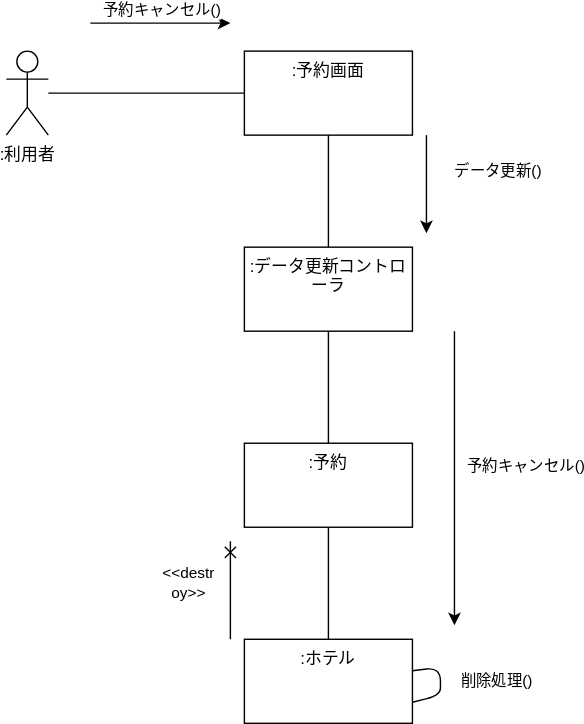
This is 演習５-2_CD_予約登録削除.drawio.svg from nakamachiJP/uml-introduction, a draw.io export, as it was before one commit. Source tidied: cells renumbered, new cells last; positions are measured from the earlier drawing's top-left corner, leaving out a move shared by most shapes.
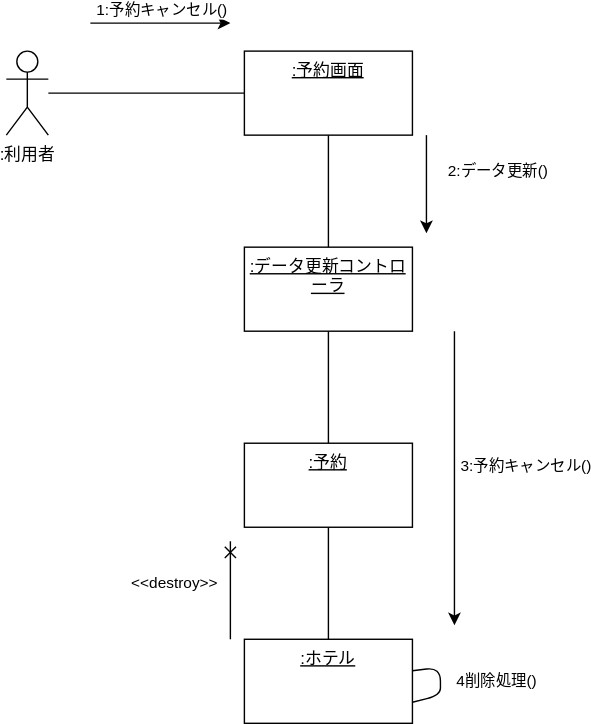
The same diagram one commit later.

The edit, as a diff of the source:
```diff
@@ -11,22 +11,22 @@
     <mxCell id="4" style="edgeStyle=none;html=1;endArrow=none;endFill=0;" parent="1" edge="1" source="5" target="7">
       <mxGeometry relative="1" as="geometry" />
     </mxCell>
-    <mxCell id="5" value=":予約画面" style="whiteSpace=wrap;html=1;verticalAlign=top;" parent="1" vertex="1">
+    <mxCell id="5" value="&lt;u&gt;:予約画面&lt;/u&gt;" style="whiteSpace=wrap;html=1;verticalAlign=top;" parent="1" vertex="1">
       <mxGeometry x="170" y="20" width="120" height="60" as="geometry" />
     </mxCell>
     <mxCell id="6" style="edgeStyle=none;html=1;endArrow=none;endFill=0;" parent="1" edge="1" source="7" target="9">
       <mxGeometry relative="1" as="geometry" />
     </mxCell>
-    <mxCell id="7" value=":データ更新コントローラ" style="whiteSpace=wrap;html=1;verticalAlign=top;" parent="1" vertex="1">
+    <mxCell id="7" value="&lt;u&gt;:データ更新コントローラ&lt;/u&gt;" style="whiteSpace=wrap;html=1;verticalAlign=top;" parent="1" vertex="1">
       <mxGeometry x="170" y="160" width="120" height="60" as="geometry" />
     </mxCell>
     <mxCell id="8" style="edgeStyle=none;html=1;endArrow=none;endFill=0;" parent="1" edge="1" source="9" target="10">
       <mxGeometry relative="1" as="geometry" />
     </mxCell>
-    <mxCell id="9" value=":予約" style="whiteSpace=wrap;html=1;verticalAlign=top;" parent="1" vertex="1">
+    <mxCell id="9" value="&lt;u&gt;:予約&lt;/u&gt;" style="whiteSpace=wrap;html=1;verticalAlign=top;" parent="1" vertex="1">
       <mxGeometry x="170" y="300" width="120" height="60" as="geometry" />
     </mxCell>
-    <mxCell id="10" value=":ホテル" style="whiteSpace=wrap;html=1;verticalAlign=top;" parent="1" vertex="1">
+    <mxCell id="10" value="&lt;u&gt;:ホテル&lt;/u&gt;" style="whiteSpace=wrap;html=1;verticalAlign=top;" parent="1" vertex="1">
       <mxGeometry x="170" y="440" width="120" height="60" as="geometry" />
     </mxCell>
     <mxCell id="11" style="endArrow=classic;html=1;" parent="1" edge="1">
@@ -35,7 +35,7 @@
         <mxPoint x="160" as="targetPoint" />
       </mxGeometry>
     </mxCell>
-    <mxCell id="12" value="予約キャンセル()" style="edgeLabel;html=1;align=center;verticalAlign=middle;" parent="11" vertex="1">
+    <mxCell id="12" value="1:予約キャンセル()" style="edgeLabel;html=1;align=center;verticalAlign=middle;" parent="11" vertex="1">
       <mxGeometry relative="1" as="geometry">
         <mxPoint y="-10" as="offset" />
       </mxGeometry>
@@ -46,7 +46,7 @@
         <mxPoint x="300" y="150" as="targetPoint" />
       </mxGeometry>
     </mxCell>
-    <mxCell id="14" value="データ更新()" style="edgeLabel;html=1;align=center;verticalAlign=middle;" parent="13" vertex="1">
+    <mxCell id="14" value="2:データ更新()" style="edgeLabel;html=1;align=center;verticalAlign=middle;" parent="13" vertex="1">
       <mxGeometry relative="1" as="geometry">
         <mxPoint x="50" y="-10" as="offset" />
       </mxGeometry>
@@ -57,16 +57,16 @@
         <mxPoint x="320" y="430" as="targetPoint" />
       </mxGeometry>
     </mxCell>
-    <mxCell id="16" value="予約キャンセル()" style="edgeLabel;html=1;align=center;verticalAlign=middle;" parent="15" vertex="1">
+    <mxCell id="16" value="3:予約キャンセル()" style="edgeLabel;html=1;align=center;verticalAlign=middle;" parent="15" vertex="1">
       <mxGeometry relative="1" as="geometry">
         <mxPoint x="50" y="-10" as="offset" />
       </mxGeometry>
     </mxCell>
-    <mxCell id="17" value="削除処理()" style="edgeStyle=none;html=1;entryX=1;entryY=0.75;entryDx=0;entryDy=0;endArrow=none;endFill=0;" parent="1" edge="1" source="10" target="10">
+    <mxCell id="17" value="4削除処理()" style="edgeStyle=none;html=1;entryX=1;entryY=0.75;entryDx=0;entryDy=0;endArrow=none;endFill=0;" parent="1" edge="1" source="10" target="10">
       <mxGeometry x="-0.01" y="40" relative="1" as="geometry" />
     </mxCell>
-    <mxCell id="18" value="&amp;lt;&amp;lt;destr&lt;br&gt;oy&amp;gt;&amp;gt;" style="endArrow=cross;html=1;startArrow=none;startFill=0;endFill=0;" parent="1" edge="1">
-      <mxGeometry x="0.14" y="30" relative="1" as="geometry">
+    <mxCell id="18" value="&amp;lt;&amp;lt;destroy&amp;gt;&amp;gt;" style="endArrow=cross;html=1;startArrow=none;startFill=0;endFill=0;" parent="1" edge="1">
+      <mxGeometry x="0.14" y="40" relative="1" as="geometry">
         <mxPoint x="160" y="440" as="sourcePoint" />
         <mxPoint x="160" y="370" as="targetPoint" />
       </mxGeometry>
```
